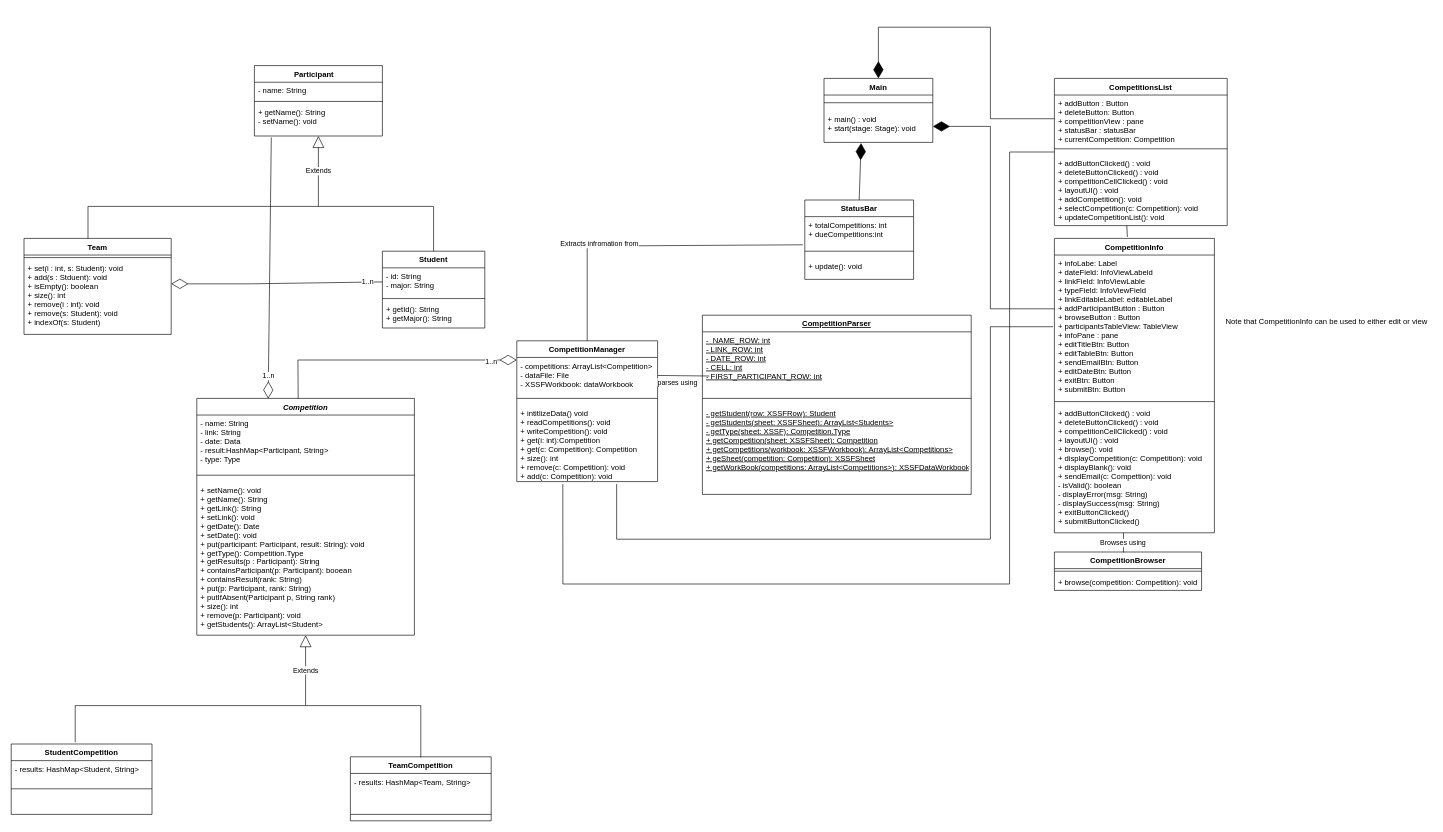
This is docs/phase2/class-diagram.drawio from AbdullahAXR/Competition-tracker, a draw.io file, before an edit. Source tidied: cells renumbered, new cells numbered last; positions are measured from the earlier drawing's top-left corner, leaving out a move shared by most shapes. Both pictures are drawn from the tidied source at 64%, with x=0, y=0 at pixel (11, 27).
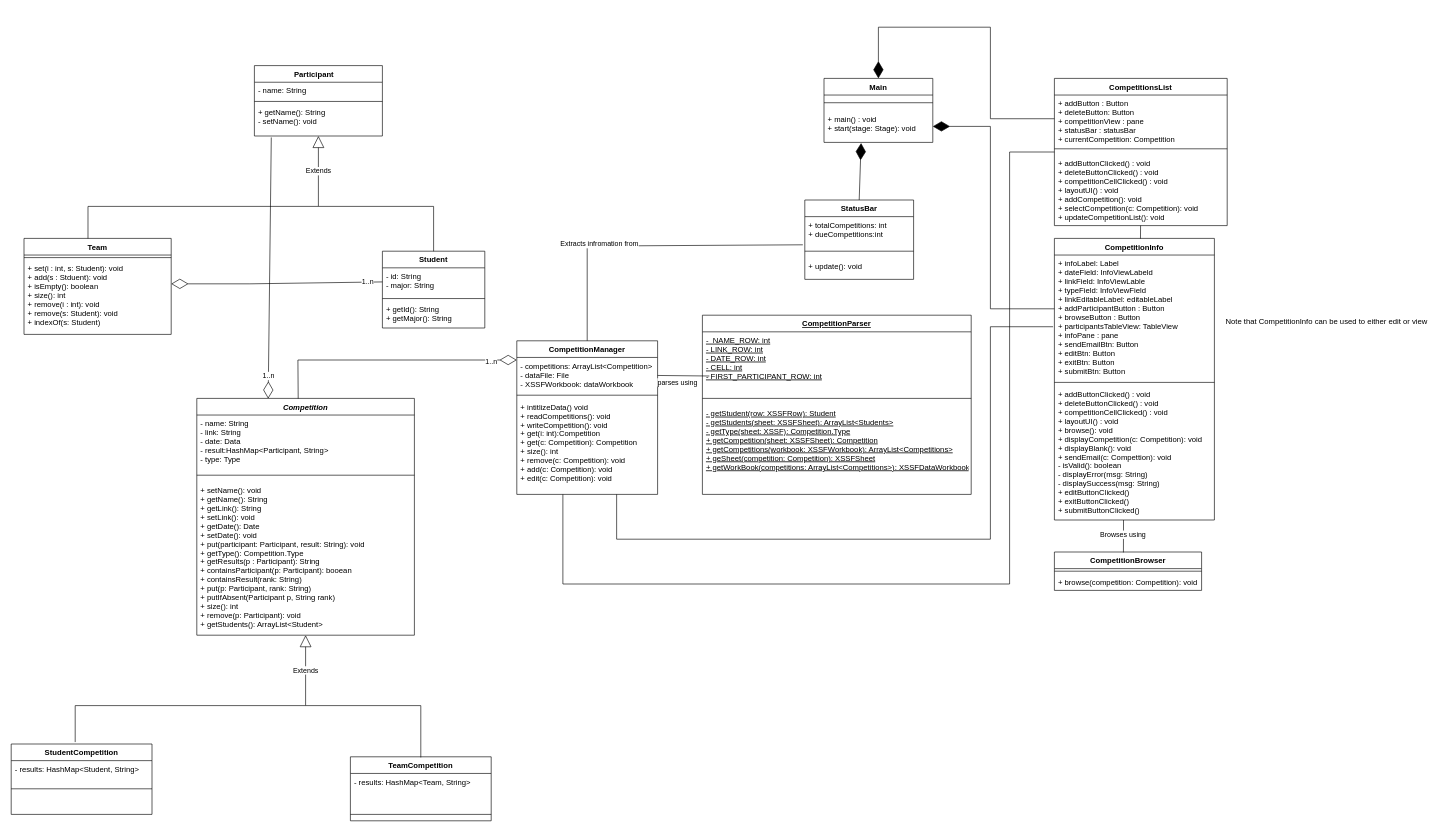
Above is the later version.

Commit message (it also covers changes not shown here):
update class diagram

Unchanged cells that the change refers to:
```xml
<mxCell id="5" value="CompetitionsList" style="swimlane;fontStyle=1;align=center;verticalAlign=top;horizontal=1;startSize=26;" parent="1" vertex="1">
  <mxGeometry x="1630" y="80" width="270" height="230" as="geometry" />
</mxCell>
<mxCell id="8" value="+ addButtonClicked() : void&#10;+ deleteButtonClicked() : void&#10;+ competitionCellClicked() : void&#10;+ layoutUI() : void&#10;+ addCompetition(): void&#10;+ selectCompetition(c: Competition): void&#10;+ updateCompetitionList(): void&#10;&#10;&#10;&#10;&#10;" style="text;strokeColor=none;fillColor=none;align=left;verticalAlign=top;spacingLeft=4;spacingRight=4;overflow=hidden;points=[[0,0.5],[1,0.5]];portConstraint=eastwest;" parent="5" vertex="1">
  <mxGeometry y="120" width="270" height="110" as="geometry" />
</mxCell>
```

What changed in the source:
```diff
@@
     <mxCell id="13" value="CompetitionInfo" style="swimlane;fontStyle=1;align=center;verticalAlign=top;horizontal=1;startSize=26;" parent="1" vertex="1">
-      <mxGeometry x="1630" y="330" width="250" height="460" as="geometry" />
+      <mxGeometry x="1630" y="330" width="250" height="440" as="geometry" />
     </mxCell>
-    <mxCell id="14" value="+ infoLabe: Label&#10;+ dateField: InfoViewLabeld&#10;+ linkField: InfoViewLable&#10;+ typeField: InfoViewField&#10;+ linkEditableLabel: editableLabel&#10;+ addParticipantButton : Button&#10;+ browseButton : Button&#10;+ participantsTableView: TableView&#10;+ infoPane : pane&#10;+ editTitleBtn: Button&#10;+ editTableBtn: Button&#10;+ sendEmailBtn: Button&#10;+ editDateBtn: Button&#10;+ exitBtn: Button&#10;+ submitBtn: Button&#10;&#10;&#10;" style="text;strokeColor=none;fillColor=none;align=left;verticalAlign=top;spacingLeft=4;spacingRight=4;overflow=hidden;" parent="13" vertex="1">
-      <mxGeometry y="26" width="250" height="224" as="geometry" />
+    <mxCell id="14" value="+ infoLabel: Label&#10;+ dateField: InfoViewLabeld&#10;+ linkField: InfoViewLable&#10;+ typeField: InfoViewField&#10;+ linkEditableLabel: editableLabel&#10;+ addParticipantButton : Button&#10;+ browseButton : Button&#10;+ participantsTableView: TableView&#10;+ infoPane : pane&#10;+ sendEmailBtn: Button&#10;+ editBtn: Button&#10;+ exitBtn: Button&#10;+ submitBtn: Button&#10;&#10;&#10;" style="text;strokeColor=none;fillColor=none;align=left;verticalAlign=top;spacingLeft=4;spacingRight=4;overflow=hidden;" parent="13" vertex="1">
+      <mxGeometry y="26" width="250" height="194" as="geometry" />
     </mxCell>
     <mxCell id="15" style="line;strokeWidth=1;fillColor=none;align=left;verticalAlign=middle;spacingTop=-1;spacingLeft=3;spacingRight=3;labelPosition=right;" parent="13" vertex="1">
-      <mxGeometry y="250" width="250" height="10" as="geometry" />
+      <mxGeometry y="220" width="250" height="10" as="geometry" />
     </mxCell>
-    <mxCell id="16" value="+ addButtonClicked() : void&#10;+ deleteButtonClicked() : void&#10;+ competitionCellClicked() : void&#10;+ layoutUI() : void&#10;+ browse(): void&#10;+ displayCompetition(c: Competition): void&#10;+ displayBlank(): void&#10;+ sendEmail(c: Compettion): void&#10;- isValid(): boolean&#10;- displayError(msg: String)&#10;- displaySuccess(msg: String)&#10;+ exitButtonClicked()&#10;+ submitButtonClicked()&#10;" style="text;strokeColor=none;fillColor=none;align=left;verticalAlign=top;spacingLeft=4;spacingRight=4;overflow=hidden;points=[[0,0.5],[1,0.5]];portConstraint=eastwest;" parent="13" vertex="1">
-      <mxGeometry y="260" width="250" height="200" as="geometry" />
+    <mxCell id="16" value="+ addButtonClicked() : void&#10;+ deleteButtonClicked() : void&#10;+ competitionCellClicked() : void&#10;+ layoutUI() : void&#10;+ browse(): void&#10;+ displayCompetition(c: Competition): void&#10;+ displayBlank(): void&#10;+ sendEmail(c: Compettion): void&#10;- isValid(): boolean&#10;- displayError(msg: String)&#10;- displaySuccess(msg: String)&#10;+ editButtonClicked()&#10;+ exitButtonClicked()&#10;+ submitButtonClicked()&#10;" style="text;strokeColor=none;fillColor=none;align=left;verticalAlign=top;spacingLeft=4;spacingRight=4;overflow=hidden;points=[[0,0.5],[1,0.5]];portConstraint=eastwest;" parent="13" vertex="1">
+      <mxGeometry y="230" width="250" height="210" as="geometry" />
     </mxCell>
     <mxCell id="17" value="CompetitionManager" style="swimlane;fontStyle=1;align=center;verticalAlign=top;horizontal=1;startSize=26;" parent="1" vertex="1">
-      <mxGeometry x="790" y="490" width="220" height="220" as="geometry" />
+      <mxGeometry x="790" y="490" width="220" height="240" as="geometry" />
     </mxCell>
@@
     <mxCell id="19" style="line;strokeWidth=1;fillColor=none;align=left;verticalAlign=middle;spacingTop=-1;spacingLeft=3;spacingRight=3;labelPosition=right;" parent="17" vertex="1">
-      <mxGeometry y="80" width="220" height="20" as="geometry" />
+      <mxGeometry y="80" width="220" height="10" as="geometry" />
     </mxCell>
-    <mxCell id="20" value="+ intitlizeData() void&#10;+ readCompetitions(): void&#10;+ writeCompetition(): void&#10;+ get(i: int):Competition&#10;+ get(c: Competition): Competition&#10;+ size(): int&#10;+ remove(c: Competition): void&#10;+ add(c: Competition): void&#10;&#10;&#10;" style="text;strokeColor=none;fillColor=none;align=left;verticalAlign=top;spacingLeft=4;spacingRight=4;overflow=hidden;points=[[0,0.5],[1,0.5]];portConstraint=eastwest;" parent="17" vertex="1">
-      <mxGeometry y="100" width="220" height="120" as="geometry" />
+    <mxCell id="20" value="+ intitlizeData() void&#10;+ readCompetitions(): void&#10;+ writeCompetition(): void&#10;+ get(i: int):Competition&#10;+ get(c: Competition): Competition&#10;+ size(): int&#10;+ remove(c: Competition): void&#10;+ add(c: Competition): void&#10;+ edit(c: Competition): void&#10;&#10;&#10;" style="text;strokeColor=none;fillColor=none;align=left;verticalAlign=top;spacingLeft=4;spacingRight=4;overflow=hidden;points=[[0,0.5],[1,0.5]];portConstraint=eastwest;" parent="17" vertex="1">
+      <mxGeometry y="90" width="220" height="150" as="geometry" />
     </mxCell>
@@
-    <mxCell id="62" style="endArrow=none;html=1;rounded=0;exitX=0.456;exitY=-0.005;exitDx=0;exitDy=0;exitPerimeter=0;entryX=0.419;entryY=1;entryDx=0;entryDy=0;entryPerimeter=0;" parent="1" edge="1" source="13" target="8">
-      <mxGeometry relative="1" as="geometry" />
-    </mxCell>
@@
-    <mxCell id="71" style="endArrow=none;html=1;rounded=0;exitX=0.709;exitY=1.033;exitDx=0;exitDy=0;exitPerimeter=0;" parent="1" edge="1" source="20">
+    <mxCell id="71" style="endArrow=none;html=1;rounded=0;" parent="1" edge="1">
       <mxGeometry relative="1" as="geometry">
+        <mxPoint x="946" y="730" as="sourcePoint" />
         <mxPoint x="1628" y="468" as="targetPoint" />
         <Array as="points">
           <mxPoint x="946" y="800" />
           <mxPoint x="1530" y="800" />
           <mxPoint x="1530" y="468" />
         </Array>
       </mxGeometry>
     </mxCell>
-    <mxCell id="72" style="endArrow=none;html=1;rounded=0;exitX=0.327;exitY=1.033;exitDx=0;exitDy=0;exitPerimeter=0;entryX=0;entryY=0.5;entryDx=0;entryDy=0;" parent="1" edge="1" source="20" target="5">
+    <mxCell id="72" style="endArrow=none;html=1;rounded=0;entryX=0;entryY=0.5;entryDx=0;entryDy=0;" parent="1" edge="1" target="5">
       <mxGeometry relative="1" as="geometry">
+        <mxPoint x="862" y="730" as="sourcePoint" />
         <Array as="points">
           <mxPoint x="862" y="870" />
           <mxPoint x="1560" y="870" />
           <mxPoint x="1560" y="195" />
         </Array>
       </mxGeometry>
     </mxCell>
@@
+    <mxCell id="75" style="edgeStyle=none;html=1;entryX=0.538;entryY=0.001;entryDx=0;entryDy=0;entryPerimeter=0;endArrow=none;endFill=0;" parent="1" edge="1" source="8" target="13">
+      <mxGeometry relative="1" as="geometry" />
+    </mxCell>
```
